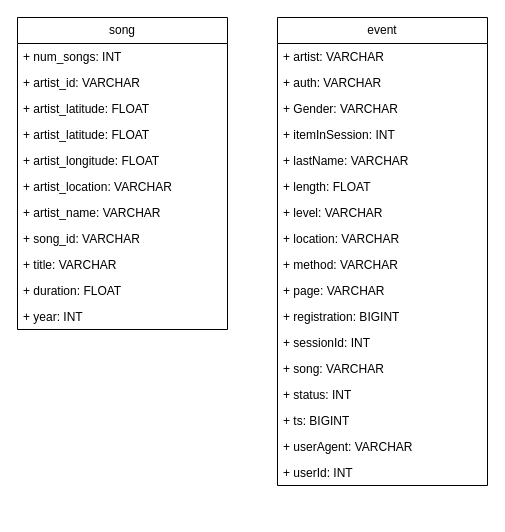
Above: page "Staging Schema" (2 of 2) of database_schemas.drawio in congdinh2008/aws-dw-udacity-pj2-sparkify (draw.io), before the change. Source tidied: cells renumbered, new cells numbered last; positions are measured from the earlier drawing's top-left corner, leaving out a move shared by most shapes. Both pictures are drawn from the tidied source at 100%, with x=0, y=0 at pixel (17, 17).
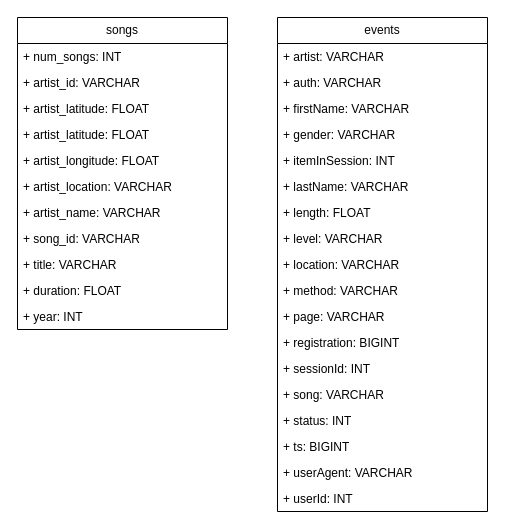
After the change.

Change to the diagram source:
```diff
@@
-    <mxCell id="2" value="song" style="swimlane;fontStyle=0;horizontal=1;startSize=26;fillColor=none;whiteSpace=wrap;html=1;" parent="1" vertex="1">
+    <mxCell id="2" value="songs" style="swimlane;fontStyle=0;horizontal=1;startSize=26;fillColor=none;whiteSpace=wrap;html=1;" parent="1" vertex="1">
       <mxGeometry width="210" height="312" as="geometry" />
     </mxCell>
@@
-    <mxCell id="14" value="event" style="swimlane;fontStyle=0;horizontal=1;startSize=26;fillColor=none;whiteSpace=wrap;html=1;" parent="1" vertex="1">
-      <mxGeometry x="260" width="210" height="468" as="geometry" />
+    <mxCell id="14" value="events" style="swimlane;fontStyle=0;horizontal=1;startSize=26;fillColor=none;whiteSpace=wrap;html=1;" parent="1" vertex="1">
+      <mxGeometry x="260" width="210" height="494" as="geometry" />
     </mxCell>
@@
+    <mxCell id="32" value="+ firstName: VARCHAR" style="text;strokeColor=none;fillColor=none;align=left;verticalAlign=top;spacingLeft=4;spacingRight=4;overflow=hidden;whiteSpace=wrap;html=1;" parent="14" vertex="1">
+      <mxGeometry y="78" width="210" height="26" as="geometry" />
+    </mxCell>
-    <mxCell id="17" value="+ Gender: VARCHAR" style="text;strokeColor=none;fillColor=none;align=left;verticalAlign=top;spacingLeft=4;spacingRight=4;overflow=hidden;whiteSpace=wrap;html=1;" parent="14" vertex="1">
-      <mxGeometry y="78" width="210" height="26" as="geometry" />
+    <mxCell id="17" value="+ gender: VARCHAR" style="text;strokeColor=none;fillColor=none;align=left;verticalAlign=top;spacingLeft=4;spacingRight=4;overflow=hidden;whiteSpace=wrap;html=1;" parent="14" vertex="1">
+      <mxGeometry y="104" width="210" height="26" as="geometry" />
     </mxCell>
     <mxCell id="18" value="+ itemInSession: INT" style="text;strokeColor=none;fillColor=none;align=left;verticalAlign=top;spacingLeft=4;spacingRight=4;overflow=hidden;whiteSpace=wrap;html=1;" parent="14" vertex="1">
-      <mxGeometry y="104" width="210" height="26" as="geometry" />
+      <mxGeometry y="130" width="210" height="26" as="geometry" />
     </mxCell>
     <mxCell id="19" value="+ lastName: VARCHAR" style="text;strokeColor=none;fillColor=none;align=left;verticalAlign=top;spacingLeft=4;spacingRight=4;overflow=hidden;whiteSpace=wrap;html=1;" parent="14" vertex="1">
-      <mxGeometry y="130" width="210" height="26" as="geometry" />
+      <mxGeometry y="156" width="210" height="26" as="geometry" />
     </mxCell>
     <mxCell id="20" value="+&amp;nbsp;length: FLOAT" style="text;strokeColor=none;fillColor=none;align=left;verticalAlign=top;spacingLeft=4;spacingRight=4;overflow=hidden;whiteSpace=wrap;html=1;" parent="14" vertex="1">
-      <mxGeometry y="156" width="210" height="26" as="geometry" />
+      <mxGeometry y="182" width="210" height="26" as="geometry" />
     </mxCell>
     <mxCell id="21" value="+&amp;nbsp;level: VARCHAR" style="text;strokeColor=none;fillColor=none;align=left;verticalAlign=top;spacingLeft=4;spacingRight=4;overflow=hidden;whiteSpace=wrap;html=1;" parent="14" vertex="1">
-      <mxGeometry y="182" width="210" height="26" as="geometry" />
+      <mxGeometry y="208" width="210" height="26" as="geometry" />
     </mxCell>
     <mxCell id="22" value="+ location: VARCHAR" style="text;strokeColor=none;fillColor=none;align=left;verticalAlign=top;spacingLeft=4;spacingRight=4;overflow=hidden;whiteSpace=wrap;html=1;" parent="14" vertex="1">
-      <mxGeometry y="208" width="210" height="26" as="geometry" />
+      <mxGeometry y="234" width="210" height="26" as="geometry" />
     </mxCell>
     <mxCell id="23" value="+&amp;nbsp;method: VARCHAR" style="text;strokeColor=none;fillColor=none;align=left;verticalAlign=top;spacingLeft=4;spacingRight=4;overflow=hidden;whiteSpace=wrap;html=1;" parent="14" vertex="1">
-      <mxGeometry y="234" width="210" height="26" as="geometry" />
+      <mxGeometry y="260" width="210" height="26" as="geometry" />
     </mxCell>
     <mxCell id="24" value="+&amp;nbsp;page: VARCHAR" style="text;strokeColor=none;fillColor=none;align=left;verticalAlign=top;spacingLeft=4;spacingRight=4;overflow=hidden;whiteSpace=wrap;html=1;" parent="14" vertex="1">
-      <mxGeometry y="260" width="210" height="26" as="geometry" />
+      <mxGeometry y="286" width="210" height="26" as="geometry" />
     </mxCell>
     <mxCell id="25" value="+ registration: BIGINT" style="text;strokeColor=none;fillColor=none;align=left;verticalAlign=top;spacingLeft=4;spacingRight=4;overflow=hidden;whiteSpace=wrap;html=1;" parent="14" vertex="1">
-      <mxGeometry y="286" width="210" height="26" as="geometry" />
+      <mxGeometry y="312" width="210" height="26" as="geometry" />
     </mxCell>
     <mxCell id="26" value="+ sessionId: INT" style="text;strokeColor=none;fillColor=none;align=left;verticalAlign=top;spacingLeft=4;spacingRight=4;overflow=hidden;whiteSpace=wrap;html=1;" parent="14" vertex="1">
-      <mxGeometry y="312" width="210" height="26" as="geometry" />
+      <mxGeometry y="338" width="210" height="26" as="geometry" />
     </mxCell>
     <mxCell id="27" value="+ song: VARCHAR" style="text;strokeColor=none;fillColor=none;align=left;verticalAlign=top;spacingLeft=4;spacingRight=4;overflow=hidden;whiteSpace=wrap;html=1;" parent="14" vertex="1">
-      <mxGeometry y="338" width="210" height="26" as="geometry" />
+      <mxGeometry y="364" width="210" height="26" as="geometry" />
     </mxCell>
     <mxCell id="28" value="+ status: INT" style="text;strokeColor=none;fillColor=none;align=left;verticalAlign=top;spacingLeft=4;spacingRight=4;overflow=hidden;whiteSpace=wrap;html=1;" parent="14" vertex="1">
-      <mxGeometry y="364" width="210" height="26" as="geometry" />
+      <mxGeometry y="390" width="210" height="26" as="geometry" />
     </mxCell>
     <mxCell id="29" value="+ ts: BIGINT" style="text;strokeColor=none;fillColor=none;align=left;verticalAlign=top;spacingLeft=4;spacingRight=4;overflow=hidden;whiteSpace=wrap;html=1;" parent="14" vertex="1">
-      <mxGeometry y="390" width="210" height="26" as="geometry" />
+      <mxGeometry y="416" width="210" height="26" as="geometry" />
     </mxCell>
     <mxCell id="30" value="+ userAgent: VARCHAR" style="text;strokeColor=none;fillColor=none;align=left;verticalAlign=top;spacingLeft=4;spacingRight=4;overflow=hidden;whiteSpace=wrap;html=1;" parent="14" vertex="1">
-      <mxGeometry y="416" width="210" height="26" as="geometry" />
+      <mxGeometry y="442" width="210" height="26" as="geometry" />
     </mxCell>
     <mxCell id="31" value="+ userId: INT" style="text;strokeColor=none;fillColor=none;align=left;verticalAlign=top;spacingLeft=4;spacingRight=4;overflow=hidden;whiteSpace=wrap;html=1;" parent="14" vertex="1">
-      <mxGeometry y="442" width="210" height="26" as="geometry" />
+      <mxGeometry y="468" width="210" height="26" as="geometry" />
     </mxCell>
```
